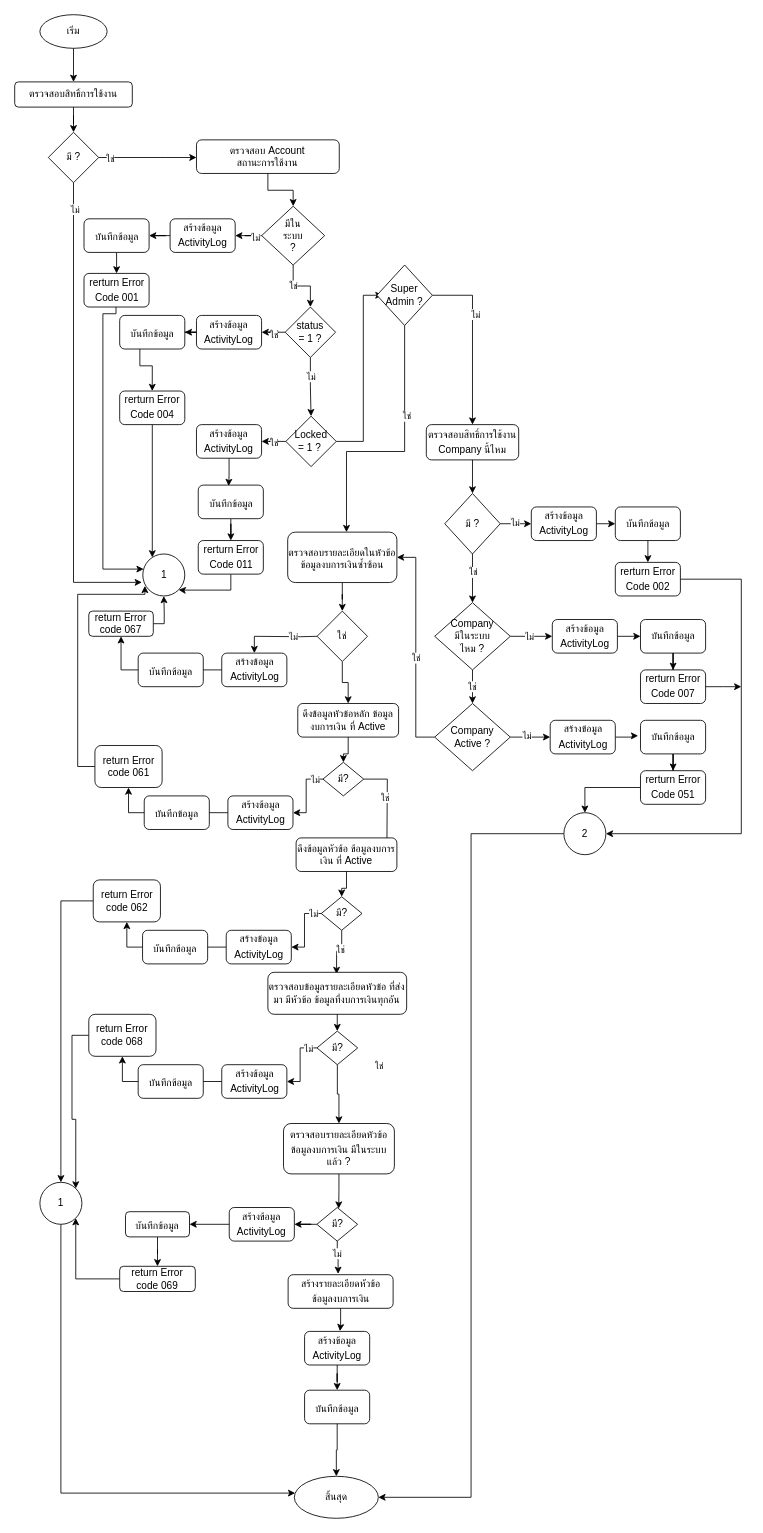
Earlier version of the draw.io diagram page "หน้า-1" (1 of 2) of FinancialStatementsDetail.drawio (charifrodmanee/charifrodmanee). Source tidied: cells renumbered, new cells numbered last; positions are measured from the earlier drawing's top-left corner, leaving out a move shared by most shapes. Both pictures are drawn from the tidied source at 84%, with x=0, y=0 at pixel (14, 14).
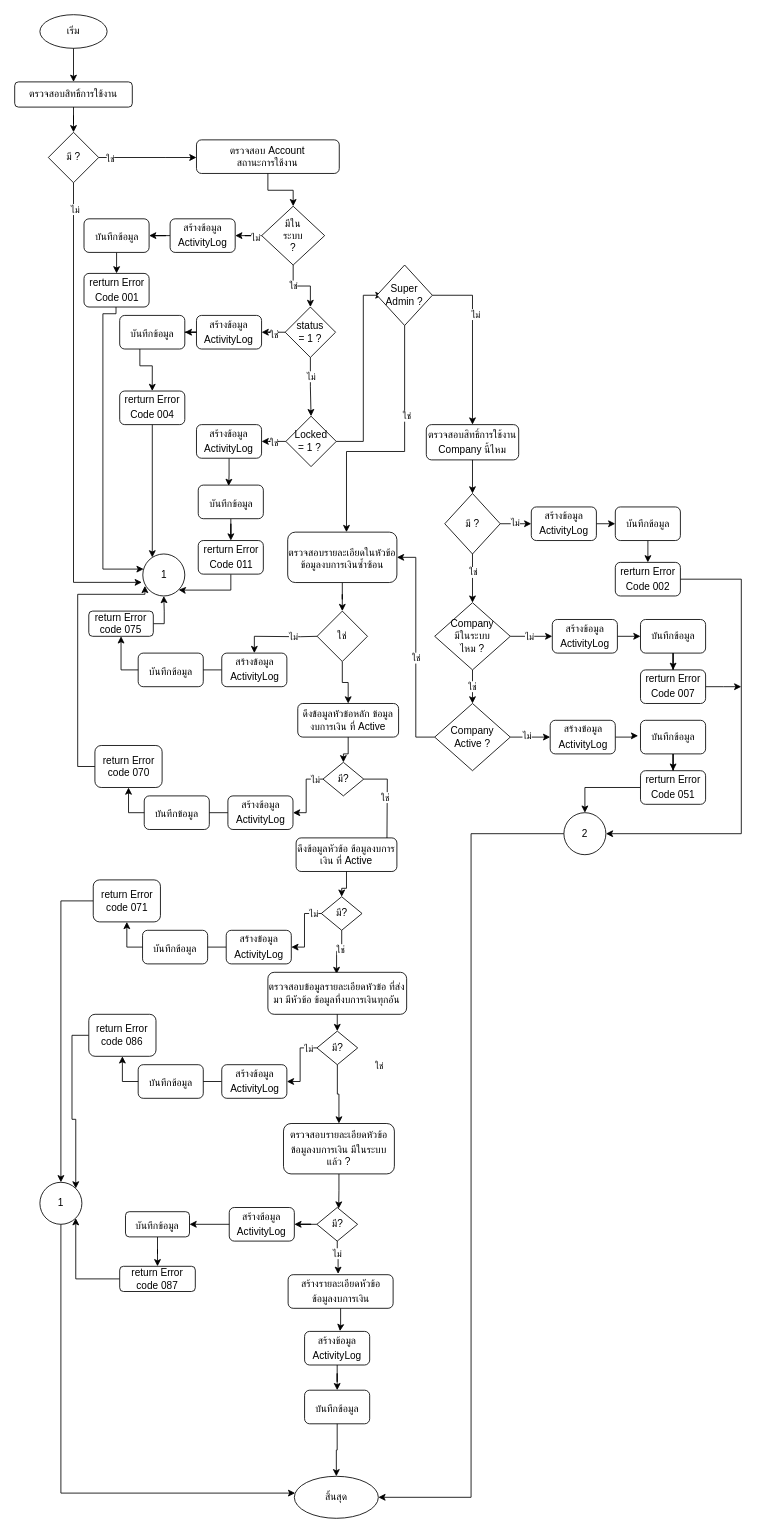
After the change.

Change to the diagram source:
```diff
@@
-    <mxCell id="94" value="return Error code 067" style="rounded=1;whiteSpace=wrap;html=1;" parent="1" vertex="1">
+    <mxCell id="94" value="return Error code 075" style="rounded=1;whiteSpace=wrap;html=1;" parent="1" vertex="1">
       <mxGeometry x="88.2" y="710" width="76.8" height="30" as="geometry" />
     </mxCell>
@@
-    <mxCell id="106" value="return Error code 061" style="rounded=1;whiteSpace=wrap;html=1;" parent="1" vertex="1">
+    <mxCell id="106" value="return Error code 070" style="rounded=1;whiteSpace=wrap;html=1;" parent="1" vertex="1">
       <mxGeometry x="95.5" y="870" width="80" height="50" as="geometry" />
     </mxCell>
@@
-    <mxCell id="118" value="return Error code 062" style="rounded=1;whiteSpace=wrap;html=1;" parent="1" vertex="1">
+    <mxCell id="118" value="return Error code 071" style="rounded=1;whiteSpace=wrap;html=1;" parent="1" vertex="1">
       <mxGeometry x="93.5" y="1030" width="80" height="50" as="geometry" />
     </mxCell>
@@
-    <mxCell id="139" value="return Error code 068" style="rounded=1;whiteSpace=wrap;html=1;" parent="1" vertex="1">
+    <mxCell id="139" value="return Error code 086" style="rounded=1;whiteSpace=wrap;html=1;" parent="1" vertex="1">
       <mxGeometry x="88.2" y="1190" width="80" height="50" as="geometry" />
     </mxCell>
@@
-    <mxCell id="152" value="return Error code 069" style="rounded=1;whiteSpace=wrap;html=1;" parent="1" vertex="1">
+    <mxCell id="152" value="return Error code 087" style="rounded=1;whiteSpace=wrap;html=1;" parent="1" vertex="1">
       <mxGeometry x="125" y="1490" width="90" height="30" as="geometry" />
     </mxCell>
```
